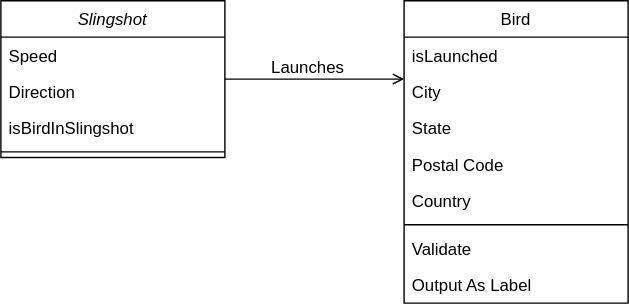
Before: DesignDiagrams/Objects.drawio.svg, a diagram exported from draw.io (king525dev/AngryBirds-NEA). Source tidied: cells renumbered, new cells last; positions are measured from the earlier drawing's top-left corner, leaving out a move shared by most shapes.
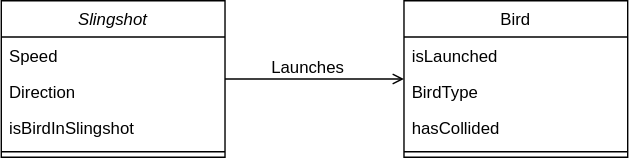
Above is the later version.

What changed in the source:
```diff
@@ -18,32 +18,20 @@
       <mxGeometry y="104" width="160" height="8" as="geometry" />
     </mxCell>
     <mxCell id="7" value="Bird" style="swimlane;fontStyle=0;align=center;verticalAlign=top;horizontal=1;startSize=26;rounded=0;shadow=0;strokeWidth=1;" parent="1" vertex="1">
-      <mxGeometry x="288" width="160" height="216" as="geometry" />
+      <mxGeometry x="288" width="160" height="112" as="geometry" />
     </mxCell>
     <mxCell id="8" value="isLaunched" style="text;align=left;verticalAlign=top;spacingLeft=4;spacingRight=4;overflow=hidden;" parent="7" vertex="1">
       <mxGeometry y="26" width="160" height="26" as="geometry" />
     </mxCell>
-    <mxCell id="9" value="City" style="text;align=left;verticalAlign=top;spacingLeft=4;spacingRight=4;overflow=hidden;rounded=0;shadow=0;html=0;" parent="7" vertex="1">
+    <mxCell id="9" value="BirdType" style="text;align=left;verticalAlign=top;spacingLeft=4;spacingRight=4;overflow=hidden;rounded=0;shadow=0;html=0;" parent="7" vertex="1">
       <mxGeometry y="52" width="160" height="26" as="geometry" />
     </mxCell>
-    <mxCell id="10" value="State" style="text;align=left;verticalAlign=top;spacingLeft=4;spacingRight=4;overflow=hidden;rounded=0;shadow=0;html=0;" parent="7" vertex="1">
+    <mxCell id="10" value="hasCollided" style="text;align=left;verticalAlign=top;spacingLeft=4;spacingRight=4;overflow=hidden;rounded=0;shadow=0;html=0;" parent="7" vertex="1">
       <mxGeometry y="78" width="160" height="26" as="geometry" />
     </mxCell>
-    <mxCell id="11" value="Postal Code" style="text;align=left;verticalAlign=top;spacingLeft=4;spacingRight=4;overflow=hidden;rounded=0;shadow=0;html=0;" parent="7" vertex="1">
-      <mxGeometry y="104" width="160" height="26" as="geometry" />
-    </mxCell>
-    <mxCell id="12" value="Country" style="text;align=left;verticalAlign=top;spacingLeft=4;spacingRight=4;overflow=hidden;rounded=0;shadow=0;html=0;" parent="7" vertex="1">
-      <mxGeometry y="130" width="160" height="26" as="geometry" />
-    </mxCell>
     <mxCell id="13" style="line;html=1;strokeWidth=1;align=left;verticalAlign=middle;spacingTop=-1;spacingLeft=3;spacingRight=3;labelPosition=right;" parent="7" vertex="1">
-      <mxGeometry y="156" width="160" height="8" as="geometry" />
+      <mxGeometry y="104" width="160" height="8" as="geometry" />
     </mxCell>
-    <mxCell id="14" value="Validate" style="text;align=left;verticalAlign=top;spacingLeft=4;spacingRight=4;overflow=hidden;" parent="7" vertex="1">
-      <mxGeometry y="164" width="160" height="26" as="geometry" />
-    </mxCell>
-    <mxCell id="15" value="Output As Label" style="text;align=left;verticalAlign=top;spacingLeft=4;spacingRight=4;overflow=hidden;" parent="7" vertex="1">
-      <mxGeometry y="190" width="160" height="26" as="geometry" />
-    </mxCell>
     <mxCell id="16" style="endArrow=open;shadow=0;strokeWidth=1;rounded=0;curved=0;endFill=1;edgeStyle=elbowEdgeStyle;elbow=vertical;" parent="1" edge="1" source="2" target="7">
       <mxGeometry x="0.5" y="41" relative="1" as="geometry">
         <mxPoint x="-40" y="32" as="offset" />
```
